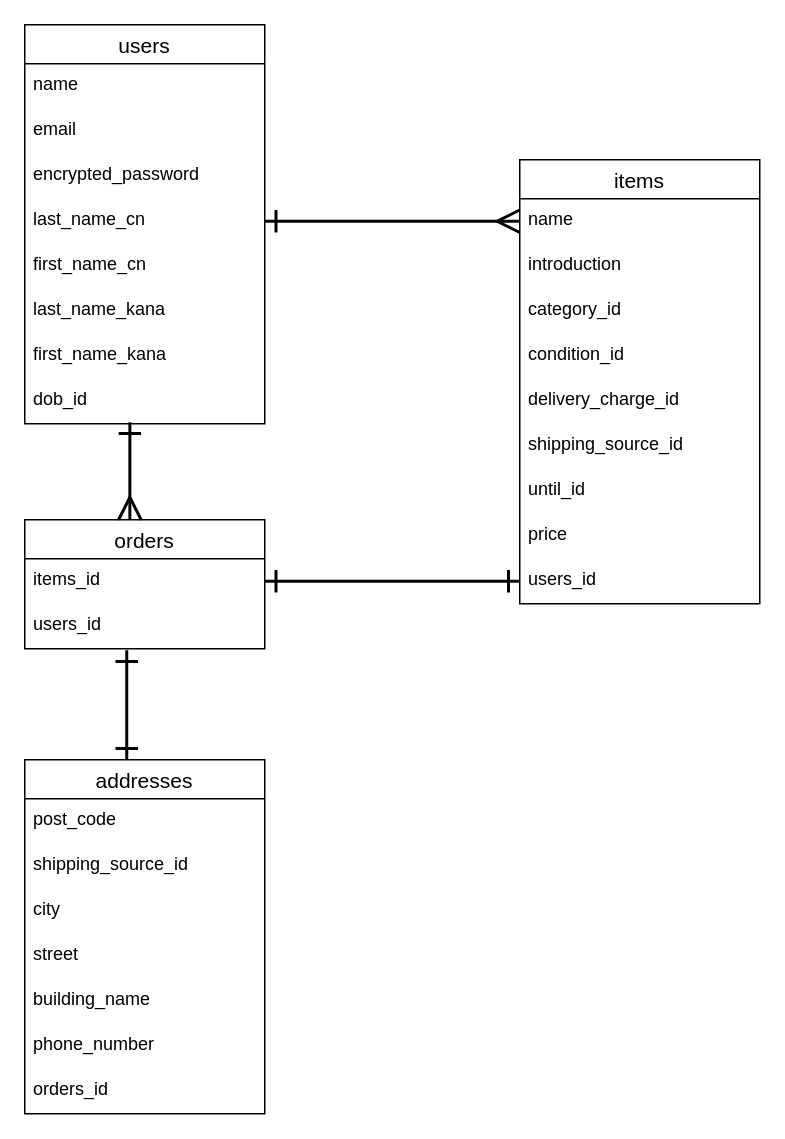
This is ER.dio from sitimi/furima-39707, a draw.io file, before an edit. Source tidied: cells renumbered, new cells numbered last; positions are measured from the earlier drawing's top-left corner, leaving out a move shared by most shapes. Both pictures are drawn from the tidied source at 150%, with x=0, y=0 at pixel (24, 24).
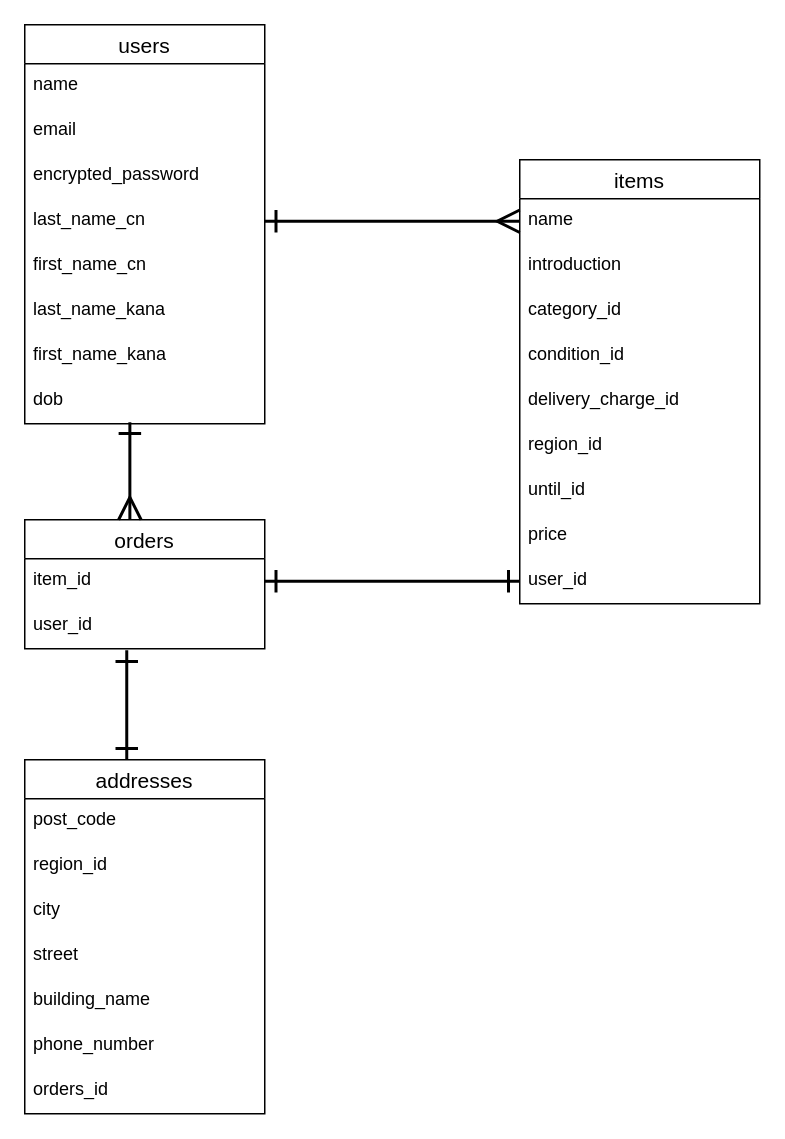
Above is the later version.

The change refers to these unchanged cells:
```xml
<mxCell id="2" value="users" style="swimlane;fontStyle=0;horizontal=1;startSize=26;align=center;fontSize=14;" parent="1" vertex="1">
  <mxGeometry width="160" height="266" as="geometry" />
</mxCell>
<mxCell id="11" value="items" style="swimlane;fontStyle=0;horizontal=1;startSize=26;align=center;fontSize=14;" parent="1" vertex="1">
  <mxGeometry x="330" y="90" width="160" height="296" as="geometry" />
</mxCell>
<mxCell id="21" value="orders" style="swimlane;fontStyle=0;horizontal=1;startSize=26;align=center;fontSize=14;" parent="1" vertex="1">
  <mxGeometry y="330" width="160" height="86" as="geometry" />
</mxCell>
<mxCell id="24" value="addresses" style="swimlane;fontStyle=0;horizontal=1;startSize=26;align=center;fontSize=14;" parent="1" vertex="1">
  <mxGeometry y="490" width="160" height="236" as="geometry" />
</mxCell>
```

Change to the diagram source:
```diff
@@
-    <mxCell id="10" value="dob_id" style="text;strokeColor=none;fillColor=none;spacingLeft=4;spacingRight=4;overflow=hidden;points=[[0,0.5],[1,0.5]];portConstraint=eastwest;fontSize=12;" parent="2" vertex="1">
+    <mxCell id="10" value="dob" style="text;strokeColor=none;fillColor=none;spacingLeft=4;spacingRight=4;overflow=hidden;points=[[0,0.5],[1,0.5]];portConstraint=eastwest;fontSize=12;" parent="2" vertex="1">
       <mxGeometry y="236" width="160" height="30" as="geometry" />
     </mxCell>
@@
-    <mxCell id="17" value="shipping_source_id" style="text;strokeColor=none;fillColor=none;spacingLeft=4;spacingRight=4;overflow=hidden;fontSize=12;" parent="11" vertex="1">
+    <mxCell id="17" value="region_id" style="text;strokeColor=none;fillColor=none;spacingLeft=4;spacingRight=4;overflow=hidden;fontSize=12;" parent="11" vertex="1">
       <mxGeometry y="176" width="160" height="30" as="geometry" />
     </mxCell>
@@
-    <mxCell id="20" value="users_id" style="text;strokeColor=none;fillColor=none;spacingLeft=4;spacingRight=4;overflow=hidden;points=[[0,0.5],[1,0.5]];portConstraint=eastwest;fontSize=12;" parent="11" vertex="1">
+    <mxCell id="20" value="user_id" style="text;strokeColor=none;fillColor=none;spacingLeft=4;spacingRight=4;overflow=hidden;points=[[0,0.5],[1,0.5]];portConstraint=eastwest;fontSize=12;" parent="11" vertex="1">
       <mxGeometry y="266" width="160" height="30" as="geometry" />
     </mxCell>
@@
-    <mxCell id="22" value="items_id" style="text;strokeColor=none;fillColor=none;spacingLeft=4;spacingRight=4;overflow=hidden;points=[[0,0.5],[1,0.5]];portConstraint=eastwest;fontSize=12;" parent="21" vertex="1">
+    <mxCell id="22" value="item_id" style="text;strokeColor=none;fillColor=none;spacingLeft=4;spacingRight=4;overflow=hidden;points=[[0,0.5],[1,0.5]];portConstraint=eastwest;fontSize=12;" parent="21" vertex="1">
       <mxGeometry y="26" width="160" height="30" as="geometry" />
     </mxCell>
-    <mxCell id="23" value="users_id" style="text;strokeColor=none;fillColor=none;spacingLeft=4;spacingRight=4;overflow=hidden;points=[[0,0.5],[1,0.5]];portConstraint=eastwest;fontSize=12;" parent="21" vertex="1">
+    <mxCell id="23" value="user_id" style="text;strokeColor=none;fillColor=none;spacingLeft=4;spacingRight=4;overflow=hidden;points=[[0,0.5],[1,0.5]];portConstraint=eastwest;fontSize=12;" parent="21" vertex="1">
       <mxGeometry y="56" width="160" height="30" as="geometry" />
     </mxCell>
@@
-    <mxCell id="26" value="shipping_source_id" style="text;strokeColor=none;fillColor=none;spacingLeft=4;spacingRight=4;overflow=hidden;fontSize=12;" parent="24" vertex="1">
+    <mxCell id="26" value="region_id" style="text;strokeColor=none;fillColor=none;spacingLeft=4;spacingRight=4;overflow=hidden;fontSize=12;" parent="24" vertex="1">
       <mxGeometry y="56" width="160" height="30" as="geometry" />
     </mxCell>
```
